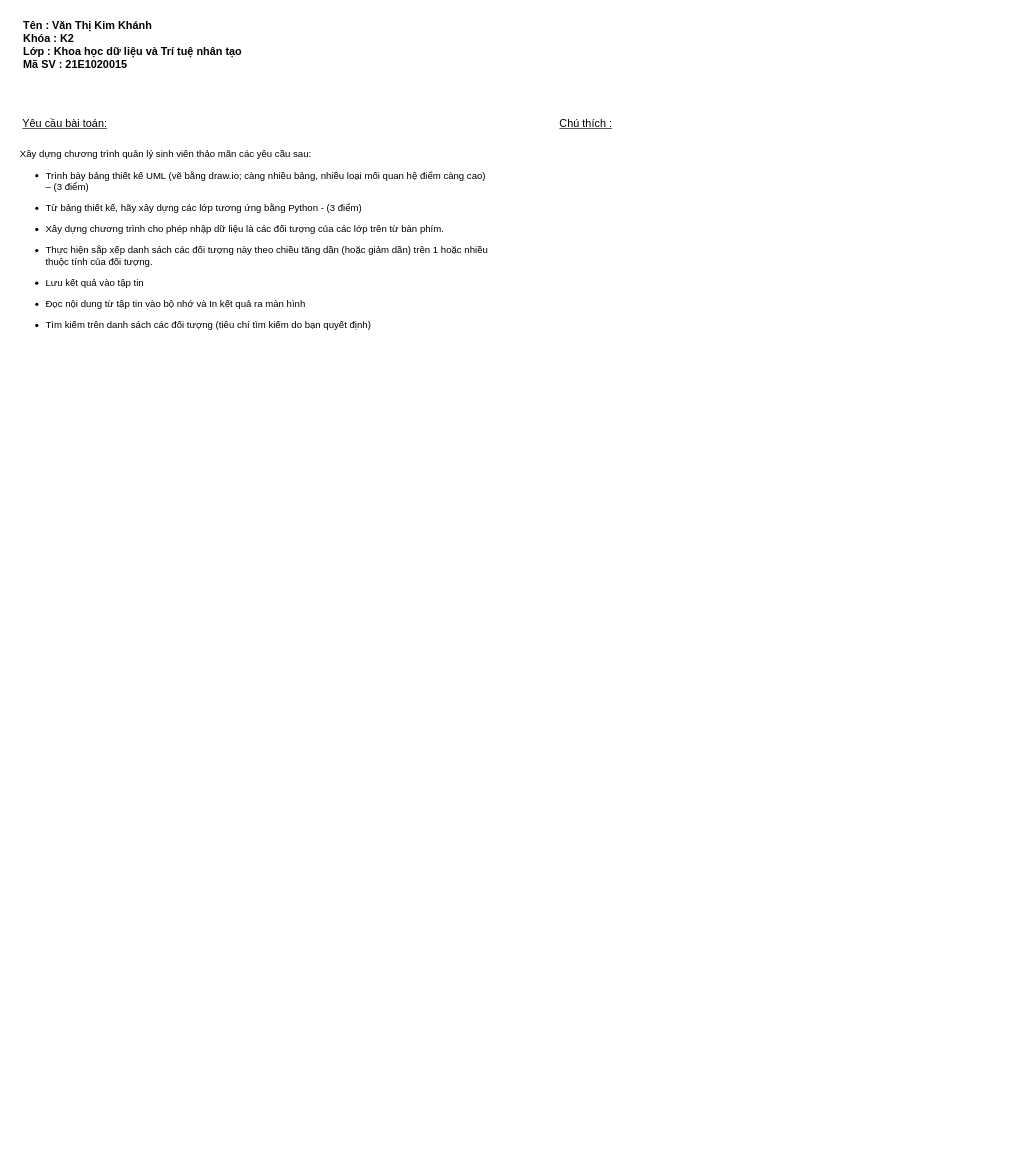
Above: Bản vẽ thiết kế UML đồ án Python.drawio in VanThiKimKhanh/Van_Thi_Kim_Khanh_K2_KHDLTTNT_NNLT_PYTHON (draw.io), before the change. Source tidied: cells renumbered, new cells numbered last; positions are measured from the earlier drawing's top-left corner, leaving out a move shared by most shapes. Both pictures are drawn from the tidied source at 64%, with x=0, y=0 at pixel (13, 11).
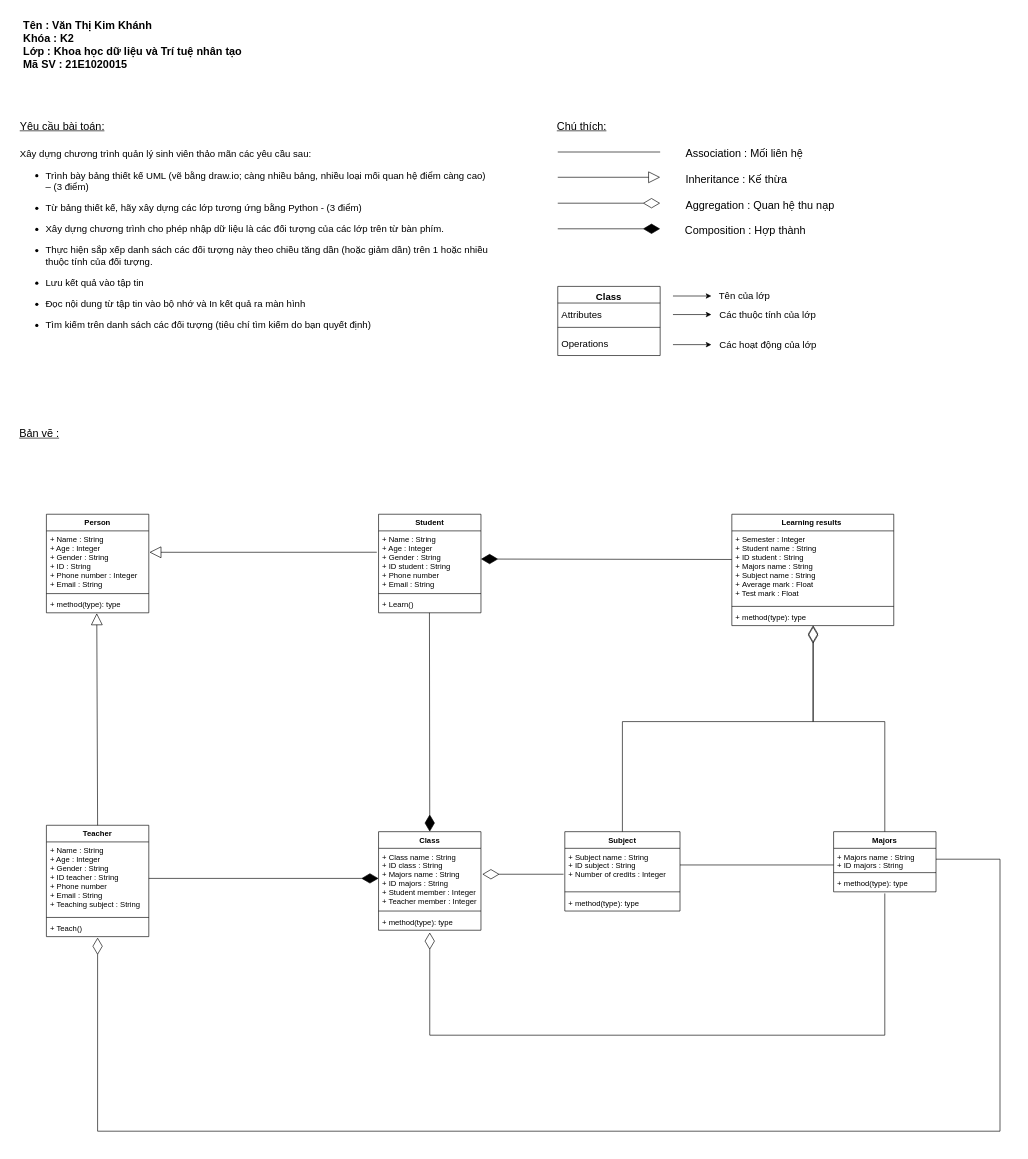
After the change.

Diff of the diagram source:
```diff
@@
     <mxCell id="3" value="Yêu cầu bài toán:" style="text;html=1;strokeColor=none;fillColor=none;align=center;verticalAlign=bottom;whiteSpace=wrap;rounded=0;fontSize=17;fontStyle=4;spacing=3;spacingTop=0;" parent="1" vertex="1">
-      <mxGeometry y="160" width="160" height="30" as="geometry" />
+      <mxGeometry x="-4" y="164" width="160" height="30" as="geometry" />
     </mxCell>
@@
-    <mxCell id="5" value="Chú thích :" style="text;html=1;strokeColor=none;fillColor=none;align=left;verticalAlign=bottom;whiteSpace=wrap;rounded=0;fontSize=17;fontStyle=4;spacing=3;" parent="1" vertex="1">
-      <mxGeometry x="850" y="160" width="90" height="30" as="geometry" />
+    <mxCell id="5" value="Chú thích:" style="text;html=1;strokeColor=none;fillColor=none;align=left;verticalAlign=bottom;whiteSpace=wrap;rounded=0;fontSize=17;fontStyle=4;spacing=3;" parent="1" vertex="1">
+      <mxGeometry x="846" y="164" width="90" height="30" as="geometry" />
     </mxCell>
+    <mxCell id="6" style="line;strokeWidth=1;fillColor=none;align=left;verticalAlign=bottom;spacingTop=0;spacingLeft=3;spacingRight=3;labelPosition=right;fontSize=17;spacing=0;" parent="1" vertex="1">
+      <mxGeometry x="850" y="210" width="160" height="20" as="geometry" />
+    </mxCell>
+    <mxCell id="7" value="Association : Mối liên hệ" style="text;html=1;align=left;verticalAlign=bottom;strokeColor=none;fillColor=none;fontSize=17;spacing=0;" parent="1" vertex="1">
+      <mxGeometry x="1050" y="204" width="200" height="30" as="geometry" />
+    </mxCell>
+    <mxCell id="8" style="endArrow=block;endSize=16;endFill=0;html=1;rounded=0;fontSize=17;" parent="1" edge="1">
+      <mxGeometry x="1" y="90" relative="1" as="geometry">
+        <mxPoint x="850" y="259.5" as="sourcePoint" />
+        <mxPoint x="1010" y="259.5" as="targetPoint" />
+        <mxPoint x="90" y="90" as="offset" />
+      </mxGeometry>
+    </mxCell>
+    <mxCell id="9" value="Inheritance : Kế thừa" style="text;html=1;align=left;verticalAlign=bottom;strokeColor=none;fillColor=none;fontSize=17;spacing=0;spacingRight=0;spacingLeft=0;" parent="1" vertex="1">
+      <mxGeometry x="1050" y="244" width="170" height="30" as="geometry" />
+    </mxCell>
+    <mxCell id="10" style="endArrow=diamondThin;endFill=0;endSize=24;html=1;rounded=0;fontSize=17;" parent="1" edge="1">
+      <mxGeometry relative="1" as="geometry">
+        <mxPoint x="850" y="300" as="sourcePoint" />
+        <mxPoint x="1010" y="300" as="targetPoint" />
+      </mxGeometry>
+    </mxCell>
+    <mxCell id="11" value="Aggregation : Quan hệ thu nạp" style="text;html=1;align=left;verticalAlign=bottom;strokeColor=none;fillColor=none;fontSize=17;spacing=0;spacingTop=0;" parent="1" vertex="1">
+      <mxGeometry x="1050" y="284" width="250" height="30" as="geometry" />
+    </mxCell>
+    <mxCell id="12" style="endArrow=diamondThin;endFill=1;endSize=24;html=1;rounded=0;fontSize=17;" parent="1" edge="1">
+      <mxGeometry relative="1" as="geometry">
+        <mxPoint x="850" y="340" as="sourcePoint" />
+        <mxPoint x="1010" y="340" as="targetPoint" />
+      </mxGeometry>
+    </mxCell>
+    <mxCell id="13" value="Composition : Hợp thành" style="text;html=1;align=left;verticalAlign=bottom;strokeColor=none;fillColor=none;fontSize=17;spacing=0;" parent="1" vertex="1">
+      <mxGeometry x="1049" y="324" width="200" height="30" as="geometry" />
+    </mxCell>
+    <mxCell id="14" value="Class" style="swimlane;fontStyle=1;align=center;verticalAlign=top;horizontal=1;startSize=26;fontSize=15;" parent="1" vertex="1">
+      <mxGeometry x="850" y="430" width="160" height="108" as="geometry" />
+    </mxCell>
+    <mxCell id="15" value="Attributes" style="text;strokeColor=none;fillColor=none;align=left;verticalAlign=middle;spacingLeft=4;spacingRight=4;overflow=hidden;fontSize=15;" parent="14" vertex="1">
+      <mxGeometry y="26" width="160" height="34" as="geometry" />
+    </mxCell>
+    <mxCell id="16" style="line;strokeWidth=1;fillColor=none;align=left;verticalAlign=middle;spacingTop=-1;spacingLeft=3;spacingRight=3;labelPosition=right;" parent="14" vertex="1">
+      <mxGeometry y="60" width="160" height="8" as="geometry" />
+    </mxCell>
+    <mxCell id="17" value="Operations" style="text;strokeColor=none;fillColor=none;align=left;verticalAlign=middle;spacingLeft=4;spacingRight=4;overflow=hidden;fontSize=15;" parent="14" vertex="1">
+      <mxGeometry y="68" width="160" height="40" as="geometry" />
+    </mxCell>
+    <mxCell id="18" style="endArrow=classic;html=1;rounded=0;fontSize=15;spacing=0;spacingBottom=0;" parent="1" edge="1">
+      <mxGeometry relative="1" as="geometry">
+        <mxPoint x="1030" y="445" as="sourcePoint" />
+        <mxPoint x="1090" y="445" as="targetPoint" />
+      </mxGeometry>
+    </mxCell>
+    <mxCell id="19" style="endArrow=classic;html=1;rounded=0;fontSize=15;" parent="1" edge="1">
+      <mxGeometry relative="1" as="geometry">
+        <mxPoint x="1030" y="474" as="sourcePoint" />
+        <mxPoint x="1090" y="474" as="targetPoint" />
+      </mxGeometry>
+    </mxCell>
+    <mxCell id="20" style="endArrow=classic;html=1;rounded=0;fontSize=15;" parent="1" edge="1">
+      <mxGeometry relative="1" as="geometry">
+        <mxPoint x="1030" y="521" as="sourcePoint" />
+        <mxPoint x="1090" y="521" as="targetPoint" />
+      </mxGeometry>
+    </mxCell>
+    <mxCell id="21" value="Tên của lớp" style="text;html=1;align=left;verticalAlign=middle;strokeColor=none;fillColor=none;fontSize=15;" parent="1" vertex="1">
+      <mxGeometry x="1100" y="434" width="100" height="20" as="geometry" />
+    </mxCell>
+    <mxCell id="22" value="Các thuộc tính của lớp" style="text;html=1;align=left;verticalAlign=middle;strokeColor=none;fillColor=none;fontSize=15;" parent="1" vertex="1">
+      <mxGeometry x="1101" y="464" width="170" height="20" as="geometry" />
+    </mxCell>
+    <mxCell id="23" value="Các hoạt động của lớp" style="text;html=1;align=left;verticalAlign=middle;strokeColor=none;fillColor=none;fontSize=15;" parent="1" vertex="1">
+      <mxGeometry x="1101" y="510" width="170" height="20" as="geometry" />
+    </mxCell>
+    <mxCell id="24" value="Bản vẽ :" style="text;html=1;align=left;verticalAlign=middle;strokeColor=none;fillColor=none;fontSize=17;fontStyle=4;" parent="1" vertex="1">
+      <mxGeometry x="7" y="646" width="80" height="30" as="geometry" />
+    </mxCell>
+    <mxCell id="25" value="Person" style="swimlane;fontStyle=1;align=center;verticalAlign=top;horizontal=1;startSize=26;" parent="1" vertex="1">
+      <mxGeometry x="51" y="786" width="160" height="154" as="geometry" />
+    </mxCell>
+    <mxCell id="26" value="+ Name : String&#10;+ Age : Integer&#10;+ Gender : String&#10;+ ID : String&#10;+ Phone number : Integer&#10;+ Email : String" style="text;strokeColor=none;fillColor=none;align=left;verticalAlign=top;spacingLeft=4;spacingRight=4;overflow=hidden;points=[[0,0.5],[1,0.5]];portConstraint=eastwest;" parent="25" vertex="1">
+      <mxGeometry y="26" width="160" height="94" as="geometry" />
+    </mxCell>
+    <mxCell id="27" style="line;strokeWidth=1;fillColor=none;align=left;verticalAlign=middle;spacingTop=-1;spacingLeft=3;spacingRight=3;labelPosition=right;" parent="25" vertex="1">
+      <mxGeometry y="120" width="160" height="8" as="geometry" />
+    </mxCell>
+    <mxCell id="28" value="+ method(type): type" style="text;strokeColor=none;fillColor=none;align=left;verticalAlign=top;spacingLeft=4;spacingRight=4;overflow=hidden;points=[[0,0.5],[1,0.5]];portConstraint=eastwest;" parent="25" vertex="1">
+      <mxGeometry y="128" width="160" height="26" as="geometry" />
+    </mxCell>
+    <mxCell id="29" value="Subject" style="swimlane;fontStyle=1;align=center;verticalAlign=top;horizontal=1;startSize=26;" parent="1" vertex="1">
+      <mxGeometry x="861" y="1282" width="180" height="124" as="geometry" />
+    </mxCell>
+    <mxCell id="30" value="+ Subject name : String&#10;+ ID subject : String&#10;+ Number of credits : Integer" style="text;strokeColor=none;fillColor=none;align=left;verticalAlign=top;spacingLeft=4;spacingRight=4;overflow=hidden;points=[[0,0.5],[1,0.5]];portConstraint=eastwest;" parent="29" vertex="1">
+      <mxGeometry y="26" width="180" height="64" as="geometry" />
+    </mxCell>
+    <mxCell id="31" style="line;strokeWidth=1;fillColor=none;align=left;verticalAlign=middle;spacingTop=-1;spacingLeft=3;spacingRight=3;labelPosition=right;" parent="29" vertex="1">
+      <mxGeometry y="90" width="180" height="8" as="geometry" />
+    </mxCell>
+    <mxCell id="32" value="+ method(type): type" style="text;strokeColor=none;fillColor=none;align=left;verticalAlign=top;spacingLeft=4;spacingRight=4;overflow=hidden;" parent="29" vertex="1">
+      <mxGeometry y="98" width="180" height="26" as="geometry" />
+    </mxCell>
+    <mxCell id="33" value="Majors" style="swimlane;fontStyle=1;align=center;verticalAlign=top;horizontal=1;startSize=26;" parent="1" vertex="1">
+      <mxGeometry x="1281" y="1282" width="160" height="94" as="geometry" />
+    </mxCell>
+    <mxCell id="34" value="+ Majors name : String&#10;+ ID majors : String" style="text;strokeColor=none;fillColor=none;align=left;verticalAlign=top;spacingLeft=4;spacingRight=4;overflow=hidden;points=[[0,0.5],[1,0.5]];portConstraint=eastwest;" parent="33" vertex="1">
+      <mxGeometry y="26" width="160" height="34" as="geometry" />
+    </mxCell>
+    <mxCell id="35" style="line;strokeWidth=1;fillColor=none;align=left;verticalAlign=middle;spacingTop=-1;spacingLeft=3;spacingRight=3;labelPosition=right;" parent="33" vertex="1">
+      <mxGeometry y="60" width="160" height="8" as="geometry" />
+    </mxCell>
+    <mxCell id="36" value="+ method(type): type" style="text;strokeColor=none;fillColor=none;align=left;verticalAlign=top;spacingLeft=4;spacingRight=4;overflow=hidden;points=[[0,0.5],[1,0.5]];portConstraint=eastwest;" parent="33" vertex="1">
+      <mxGeometry y="68" width="160" height="26" as="geometry" />
+    </mxCell>
+    <mxCell id="37" value="Teacher" style="swimlane;fontStyle=1;align=center;verticalAlign=top;horizontal=1;startSize=26;" parent="1" vertex="1">
+      <mxGeometry x="51" y="1272" width="160" height="174" as="geometry" />
+    </mxCell>
+    <mxCell id="38" value="+ Name : String&#10;+ Age : Integer&#10;+ Gender : String&#10;+ ID teacher : String&#10;+ Phone number&#10;+ Email : String&#10;+ Teaching subject : String" style="text;strokeColor=none;fillColor=none;align=left;verticalAlign=top;spacingLeft=4;spacingRight=4;overflow=hidden;points=[[0,0.5],[1,0.5]];portConstraint=eastwest;" parent="37" vertex="1">
+      <mxGeometry y="26" width="160" height="114" as="geometry" />
+    </mxCell>
+    <mxCell id="39" style="line;strokeWidth=1;fillColor=none;align=left;verticalAlign=middle;spacingTop=-1;spacingLeft=3;spacingRight=3;labelPosition=right;" parent="37" vertex="1">
+      <mxGeometry y="140" width="160" height="8" as="geometry" />
+    </mxCell>
+    <mxCell id="40" value="+ Teach()" style="text;strokeColor=none;fillColor=none;align=left;verticalAlign=top;spacingLeft=4;spacingRight=4;overflow=hidden;points=[[0,0.5],[1,0.5]];portConstraint=eastwest;" parent="37" vertex="1">
+      <mxGeometry y="148" width="160" height="26" as="geometry" />
+    </mxCell>
+    <mxCell id="41" value="Student" style="swimlane;fontStyle=1;align=center;verticalAlign=top;horizontal=1;startSize=26;" parent="1" vertex="1">
+      <mxGeometry x="570" y="786" width="160" height="154" as="geometry" />
+    </mxCell>
+    <mxCell id="42" value="+ Name : String&#10;+ Age : Integer&#10;+ Gender : String&#10;+ ID student : String&#10;+ Phone number&#10;+ Email : String" style="text;strokeColor=none;fillColor=none;align=left;verticalAlign=top;spacingLeft=4;spacingRight=4;overflow=hidden;points=[[0,0.5],[1,0.5]];portConstraint=eastwest;" parent="41" vertex="1">
+      <mxGeometry y="26" width="160" height="94" as="geometry" />
+    </mxCell>
+    <mxCell id="43" style="line;strokeWidth=1;fillColor=none;align=left;verticalAlign=middle;spacingTop=-1;spacingLeft=3;spacingRight=3;labelPosition=right;" parent="41" vertex="1">
+      <mxGeometry y="120" width="160" height="8" as="geometry" />
+    </mxCell>
+    <mxCell id="44" value="+ Learn()" style="text;strokeColor=none;fillColor=none;align=left;verticalAlign=top;spacingLeft=4;spacingRight=4;overflow=hidden;" parent="41" vertex="1">
+      <mxGeometry y="128" width="160" height="26" as="geometry" />
+    </mxCell>
+    <mxCell id="45" value="Learning results " style="swimlane;fontStyle=1;align=center;verticalAlign=top;horizontal=1;startSize=26;" parent="1" vertex="1">
+      <mxGeometry x="1122" y="786" width="253" height="174" as="geometry" />
+    </mxCell>
+    <mxCell id="46" value="+ Semester : Integer&#10;+ Student name : String&#10;+ ID student : String&#10;+ Majors name : String&#10;+ Subject name : String&#10;+ Average mark : Float&#10;+ Test mark : Float" style="text;strokeColor=none;fillColor=none;align=left;verticalAlign=top;spacingLeft=4;spacingRight=4;overflow=hidden;points=[[0,0.5],[1,0.5]];portConstraint=eastwest;" parent="45" vertex="1">
+      <mxGeometry y="26" width="253" height="114" as="geometry" />
+    </mxCell>
+    <mxCell id="47" style="line;strokeWidth=1;fillColor=none;align=left;verticalAlign=middle;spacingTop=-1;spacingLeft=3;spacingRight=3;labelPosition=right;" parent="45" vertex="1">
+      <mxGeometry y="140" width="253" height="8" as="geometry" />
+    </mxCell>
+    <mxCell id="48" value="+ method(type): type" style="text;strokeColor=none;fillColor=none;align=left;verticalAlign=top;spacingLeft=4;spacingRight=4;overflow=hidden;points=[[0,0.5],[1,0.5]];portConstraint=eastwest;" parent="45" vertex="1">
+      <mxGeometry y="148" width="253" height="26" as="geometry" />
+    </mxCell>
+    <mxCell id="49" style="endArrow=block;endSize=16;endFill=0;html=1;rounded=0;fontSize=17;exitX=-0.017;exitY=0.355;exitDx=0;exitDy=0;exitPerimeter=0;entryX=1.006;entryY=0.356;entryDx=0;entryDy=0;entryPerimeter=0;" parent="1" edge="1" source="42" target="26">
+      <mxGeometry x="-1" y="-96" relative="1" as="geometry">
+        <mxPoint x="66" y="26" as="offset" />
+      </mxGeometry>
+    </mxCell>
+    <mxCell id="50" style="endArrow=block;endSize=16;endFill=0;html=1;rounded=0;fontSize=17;exitX=0.5;exitY=0;exitDx=0;exitDy=0;entryX=0.492;entryY=1.026;entryDx=0;entryDy=0;entryPerimeter=0;" parent="1" edge="1" source="37" target="28">
+      <mxGeometry x="-1" y="-96" relative="1" as="geometry">
+        <mxPoint x="66" y="26" as="offset" />
+      </mxGeometry>
+    </mxCell>
+    <mxCell id="51" value="Class" style="swimlane;fontStyle=1;align=center;verticalAlign=top;horizontal=1;startSize=26;" parent="1" vertex="1">
+      <mxGeometry x="570" y="1282" width="160" height="154" as="geometry" />
+    </mxCell>
+    <mxCell id="52" value="+ Class name : String&#10;+ ID class : String&#10;+ Majors name : String&#10;+ ID majors : String&#10;+ Student member : Integer&#10;+ Teacher member : Integer&#10;&#10;&#10;" style="text;strokeColor=none;fillColor=none;align=left;verticalAlign=top;spacingLeft=4;spacingRight=4;overflow=hidden;points=[[0,0.5],[1,0.5]];portConstraint=eastwest;" parent="51" vertex="1">
+      <mxGeometry y="26" width="160" height="94" as="geometry" />
+    </mxCell>
+    <mxCell id="53" style="line;strokeWidth=1;fillColor=none;align=left;verticalAlign=middle;spacingTop=-1;spacingLeft=3;spacingRight=3;labelPosition=right;" parent="51" vertex="1">
+      <mxGeometry y="120" width="160" height="8" as="geometry" />
+    </mxCell>
+    <mxCell id="54" value="+ method(type): type" style="text;strokeColor=none;fillColor=none;align=left;verticalAlign=top;spacingLeft=4;spacingRight=4;overflow=hidden;points=[[0,0.5],[1,0.5]];portConstraint=eastwest;" parent="51" vertex="1">
+      <mxGeometry y="128" width="160" height="26" as="geometry" />
+    </mxCell>
+    <mxCell id="55" style="endArrow=diamondThin;endFill=1;endSize=24;html=1;rounded=0;fontSize=17;entryX=0.5;entryY=0;entryDx=0;entryDy=0;" parent="1" edge="1" target="51">
+      <mxGeometry relative="1" as="geometry">
+        <mxPoint x="649.5" y="940" as="sourcePoint" />
+      </mxGeometry>
+    </mxCell>
+    <mxCell id="56" style="endArrow=diamondThin;endFill=1;endSize=24;html=1;rounded=0;fontSize=17;exitX=0;exitY=0.392;exitDx=0;exitDy=0;exitPerimeter=0;" parent="1" edge="1" source="46">
+      <mxGeometry relative="1" as="geometry">
+        <mxPoint x="730" y="856" as="targetPoint" />
+      </mxGeometry>
+    </mxCell>
+    <mxCell id="57" style="endArrow=diamondThin;endFill=1;endSize=24;html=1;rounded=0;fontSize=17;exitX=1;exitY=0.5;exitDx=0;exitDy=0;" parent="1" edge="1" source="38" target="52">
+      <mxGeometry relative="1" as="geometry" />
+    </mxCell>
+    <mxCell id="58" style="endArrow=diamondThin;endFill=0;endSize=24;html=1;rounded=0;fontSize=17;exitX=0.5;exitY=0;exitDx=0;exitDy=0;entryX=0.502;entryY=1.058;entryDx=0;entryDy=0;entryPerimeter=0;" parent="1" edge="1" source="29" target="48">
+      <mxGeometry relative="1" as="geometry">
+        <Array as="points">
+          <mxPoint x="951" y="1110" />
+          <mxPoint x="1249" y="1110" />
+        </Array>
+      </mxGeometry>
+    </mxCell>
+    <mxCell id="59" style="endArrow=diamondThin;endFill=0;endSize=24;html=1;rounded=0;fontSize=17;exitX=0.5;exitY=0;exitDx=0;exitDy=0;entryX=0.502;entryY=0.981;entryDx=0;entryDy=0;entryPerimeter=0;" parent="1" edge="1" source="33" target="48">
+      <mxGeometry relative="1" as="geometry">
+        <Array as="points">
+          <mxPoint x="1361" y="1110" />
+          <mxPoint x="1249" y="1110" />
+        </Array>
+      </mxGeometry>
+    </mxCell>
+    <mxCell id="60" style="endArrow=diamondThin;endFill=0;endSize=24;html=1;rounded=0;fontSize=17;exitX=-0.011;exitY=0.633;exitDx=0;exitDy=0;exitPerimeter=0;entryX=1.013;entryY=0.431;entryDx=0;entryDy=0;entryPerimeter=0;" parent="1" edge="1" source="30" target="52">
+      <mxGeometry relative="1" as="geometry" />
+    </mxCell>
+    <mxCell id="61" style="endArrow=diamondThin;endFill=0;endSize=24;html=1;rounded=0;fontSize=17;entryX=0.5;entryY=1.135;entryDx=0;entryDy=0;entryPerimeter=0;exitX=0.5;exitY=1.096;exitDx=0;exitDy=0;exitPerimeter=0;" parent="1" edge="1" source="36" target="54">
+      <mxGeometry relative="1" as="geometry">
+        <Array as="points">
+          <mxPoint x="1361" y="1600" />
+          <mxPoint x="650" y="1600" />
+        </Array>
+      </mxGeometry>
+    </mxCell>
+    <mxCell id="62" style="line;strokeWidth=1;fillColor=none;align=left;verticalAlign=middle;spacingTop=-1;spacingLeft=3;spacingRight=3;labelPosition=right;fontSize=17;" parent="1" vertex="1">
+      <mxGeometry x="1041" y="1330" width="240" height="8" as="geometry" />
+    </mxCell>
+    <mxCell id="63" style="endArrow=diamondThin;endFill=0;endSize=24;html=1;rounded=0;fontSize=17;entryX=0.5;entryY=1.058;entryDx=0;entryDy=0;entryPerimeter=0;exitX=1;exitY=0.5;exitDx=0;exitDy=0;" parent="1" edge="1" source="34" target="40">
+      <mxGeometry relative="1" as="geometry">
+        <Array as="points">
+          <mxPoint x="1541" y="1325" />
+          <mxPoint x="1541" y="1750" />
+          <mxPoint x="131" y="1750" />
+        </Array>
+      </mxGeometry>
+    </mxCell>
```
